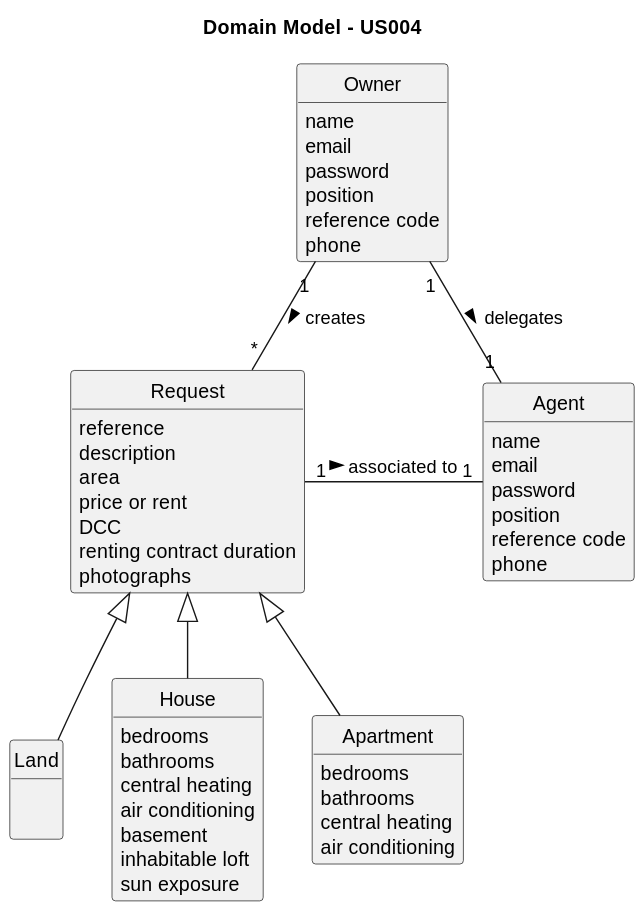
Before: docs/sprintA/us004/02.analysis/svg/us004-domain-model.svg, a diagram exported from PlantUML (rita-barbosa/LAPR2-2223). The source it was exported from:
```plantuml
@startuml
skinparam monochrome true
skinparam packageStyle rectangle
skinparam shadowing false


skinparam classAttributeIconSize 0

hide circle
hide methods

title Domain Model - US004


class Request {
    reference
    description
    area
    price or rent
    DCC
    renting contract duration
    photographs
}


class Land extends Request{
    \n
}

class House extends Request{
    bedrooms
    bathrooms
    central heating
    air conditioning
    basement
    inhabitable loft
    sun exposure
}

class Apartment extends Request{
    bedrooms
    bathrooms
    central heating
    air conditioning
}

class Agent {
    name
    email
    password
    position
    reference code
    phone
}

class Owner {
    name
    email
    password
    position
    reference code
    phone
}



Owner "1" -- "*" Request : creates >
Request "1" - "1" Agent : associated to >
Owner "1" -- "1" Agent : delegates >
@enduml
```
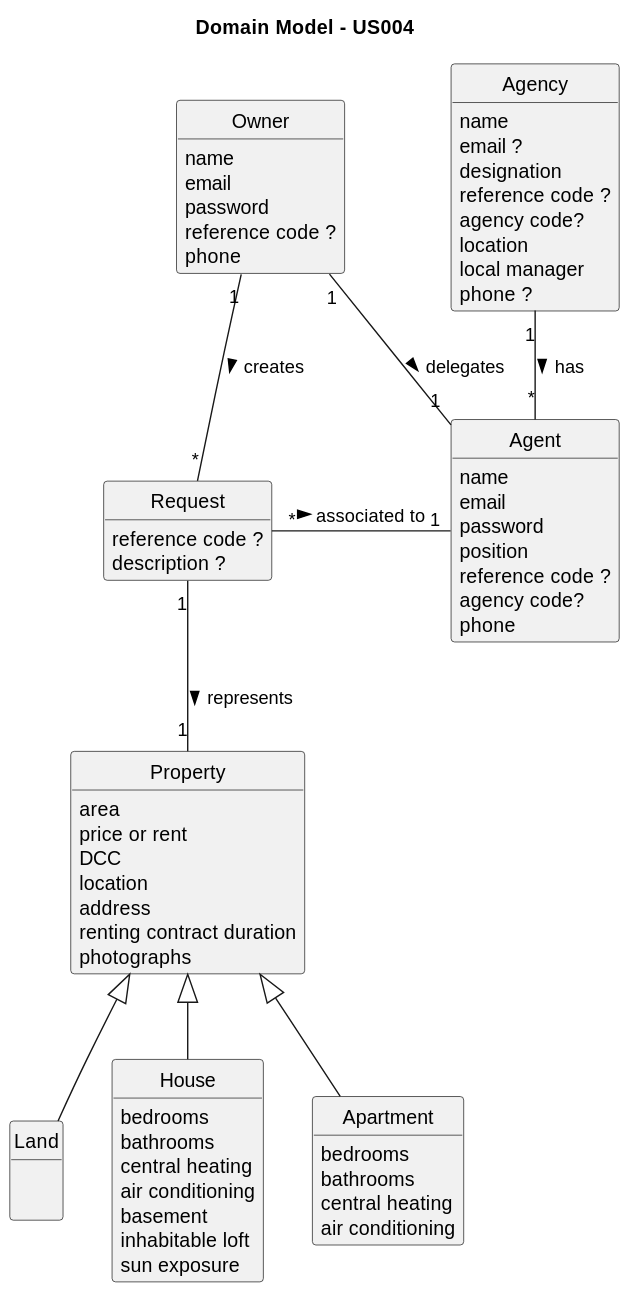
Above is the later version.

Diff of the diagram source:
```diff
@@ -11,23 +11,28 @@
 
 title Domain Model - US004
 
+class Request{
+    reference code ?
+    description ?
+}
 
-class Request {
-    reference
-    description
+
+class Property {
     area
     price or rent
     DCC
+    location
+    address
     renting contract duration
     photographs
 }
 
 
-class Land extends Request{
+class Land extends Property{
     \n
 }
 
-class House extends Request{
+class House extends Property{
     bedrooms
     bathrooms
     central heating
@@ -37,7 +42,7 @@
     sun exposure
 }
 
-class Apartment extends Request{
+class Apartment extends Property{
     bedrooms
     bathrooms
     central heating
@@ -49,22 +54,38 @@
     email
     password
     position
-    reference code
+    reference code ?
+    agency code?
     phone
 }
+
+class Agency {
+    name
+    email ?
+    designation
+    reference code ?
+    agency code?
+    location
+    local manager
+    phone ?
+}
+
+
+
 
 class Owner {
     name
     email
     password
-    position
-    reference code
+    reference code ?
     phone
 }
 
 
 
+Request "1" -- "1" Property : represents >
+Agency "1" -- "*" Agent : has >
 Owner "1" -- "*" Request : creates >
-Request "1" - "1" Agent : associated to >
+Request " *" - "1" Agent : associated to >
 Owner "1" -- "1" Agent : delegates >
 @enduml
```
